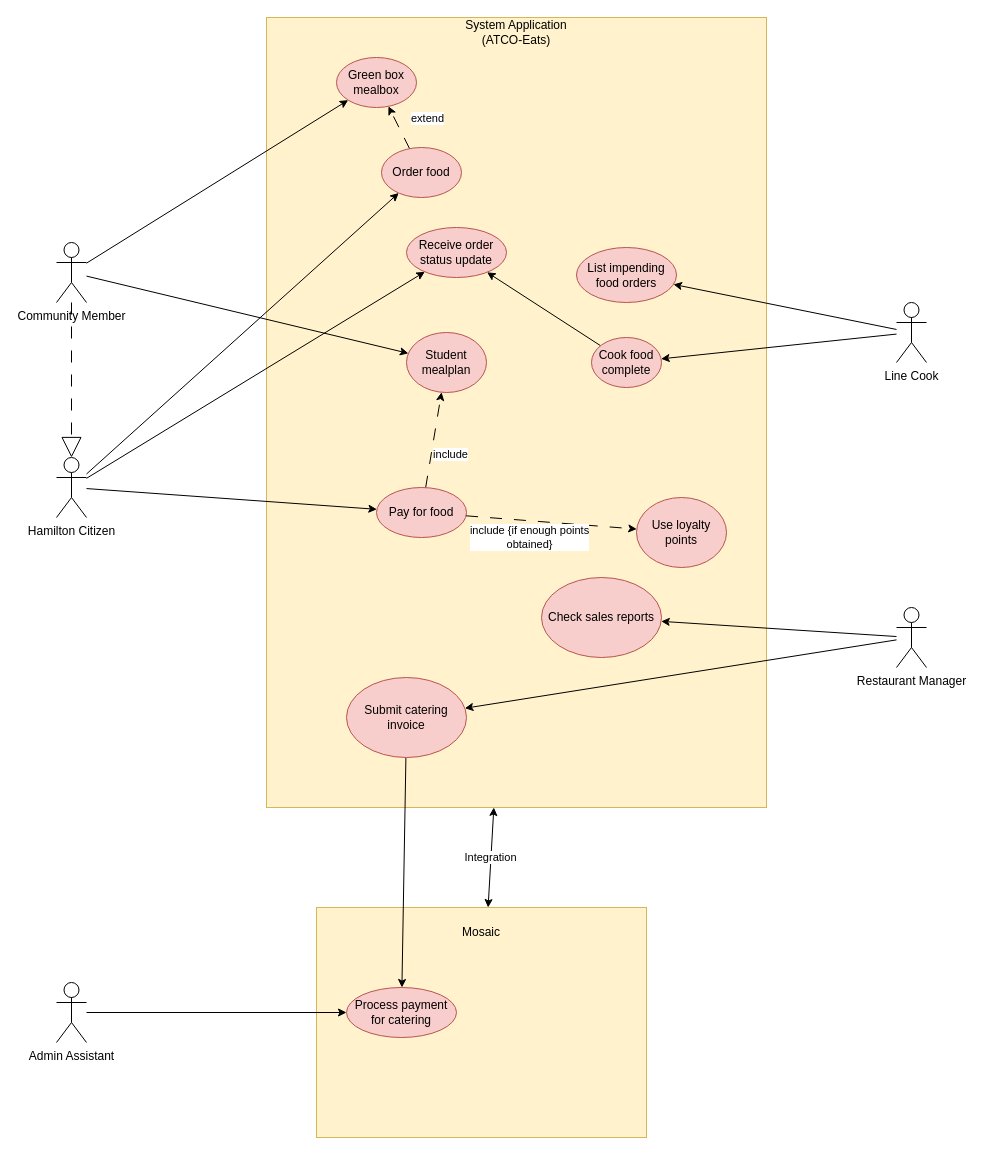
Before: models/use_case_diagram.drawio in ace-lectures/atco-eats, a draw.io diagram. Source tidied: cells renumbered, new cells numbered last; positions are measured from the earlier drawing's top-left corner, leaving out a move shared by most shapes. Both pictures are drawn from the tidied source at 100%, with x=0, y=0 at pixel (56, 17).
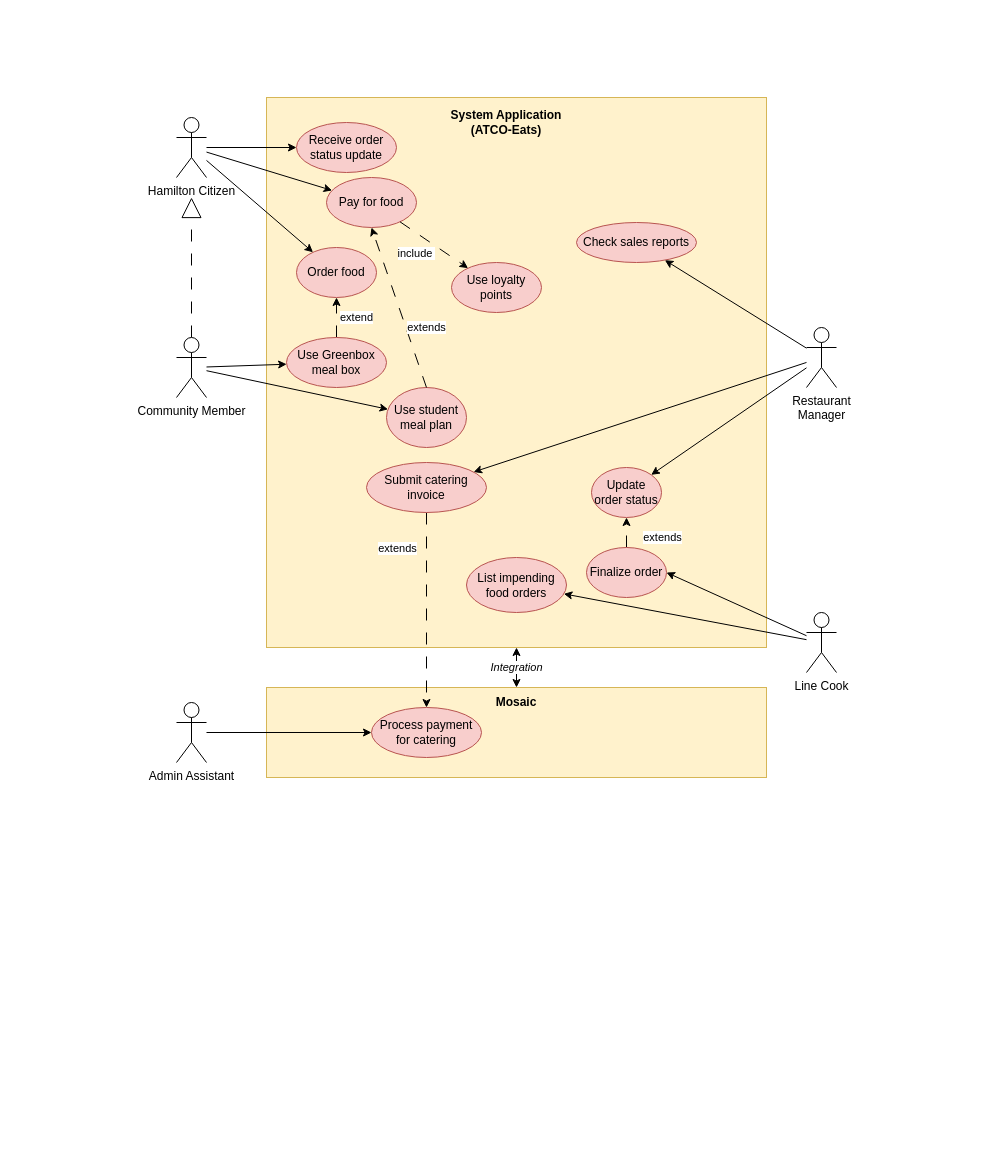
After the change.

The edit, as a diff of the source:
```diff
@@
     <mxCell id="2" style="rounded=0;whiteSpace=wrap;html=1;fillColor=#fff2cc;strokeColor=#d6b656;" parent="1" vertex="1">
-      <mxGeometry x="260" y="890" width="330" height="230" as="geometry" />
+      <mxGeometry x="210" y="670" width="500" height="90" as="geometry" />
     </mxCell>
-    <mxCell id="3" value="Integration" style="edgeStyle=none;rounded=0;jettySize=auto;html=1;startArrow=classic;startFill=1;" parent="1" edge="1" source="4" target="2">
+    <mxCell id="3" value="Integration" style="edgeStyle=none;rounded=0;jettySize=auto;html=1;startArrow=classic;startFill=1;fontStyle=2;" parent="1" edge="1" source="4" target="2">
       <mxGeometry relative="1" as="geometry" />
     </mxCell>
     <mxCell id="4" style="rounded=0;whiteSpace=wrap;html=1;fillColor=#fff2cc;strokeColor=#d6b656;" parent="1" vertex="1">
-      <mxGeometry x="210" width="500" height="790" as="geometry" />
+      <mxGeometry x="210" y="80" width="500" height="550" as="geometry" />
     </mxCell>
@@
     <mxCell id="8" value="Hamilton Citizen" style="shape=umlActor;verticalLabelPosition=bottom;verticalAlign=top;html=1;outlineConnect=0;" parent="1" vertex="1">
-      <mxGeometry y="440" width="30" height="60" as="geometry" />
+      <mxGeometry x="120" y="100" width="30" height="60" as="geometry" />
     </mxCell>
     <mxCell id="9" value="Admin Assistant" style="shape=umlActor;verticalLabelPosition=bottom;verticalAlign=top;html=1;outlineConnect=0;" parent="1" vertex="1">
-      <mxGeometry y="965" width="30" height="60" as="geometry" />
+      <mxGeometry x="120" y="685" width="30" height="60" as="geometry" />
     </mxCell>
@@
-    <mxCell id="12" value="Restaurant Manager" style="shape=umlActor;verticalLabelPosition=bottom;verticalAlign=top;html=1;outlineConnect=0;" parent="1" vertex="1">
-      <mxGeometry x="840" y="590" width="30" height="60" as="geometry" />
+    <mxCell id="12" value="Restaurant&lt;br&gt;Manager" style="shape=umlActor;verticalLabelPosition=bottom;verticalAlign=top;html=1;outlineConnect=0;" parent="1" vertex="1">
+      <mxGeometry x="750" y="310" width="30" height="60" as="geometry" />
     </mxCell>
@@
-    <mxCell id="14" style="edgeStyle=none;rounded=0;jettySize=auto;html=1;" parent="1" edge="1" source="15" target="20">
+    <mxCell id="14" style="edgeStyle=none;rounded=0;jettySize=auto;html=1;entryX=1;entryY=0.5;entryDx=0;entryDy=0;" parent="1" edge="1" source="15" target="40">
       <mxGeometry relative="1" as="geometry" />
     </mxCell>
     <mxCell id="15" value="Line Cook" style="shape=umlActor;verticalLabelPosition=bottom;verticalAlign=top;html=1;outlineConnect=0;" parent="1" vertex="1">
-      <mxGeometry x="840" y="285" width="30" height="60" as="geometry" />
+      <mxGeometry x="750" y="595" width="30" height="60" as="geometry" />
     </mxCell>
-    <mxCell id="16" value="extend" style="edgeStyle=none;rounded=0;jettySize=auto;html=1;dashed=1;dashPattern=12 12;" parent="1" edge="1" source="17" target="34">
-      <mxGeometry x="-0.2" y="-30" relative="1" as="geometry" />
+    <mxCell id="16" value="extend" style="edgeStyle=none;rounded=0;jettySize=auto;html=1;dashed=1;dashPattern=12 12;exitX=0.5;exitY=0;exitDx=0;exitDy=0;entryX=0.5;entryY=1;entryDx=0;entryDy=0;" parent="1" edge="1" source="34" target="17">
+      <mxGeometry y="-20" relative="1" as="geometry" />
     </mxCell>
     <mxCell id="17" value="Order food" style="ellipse;whiteSpace=wrap;html=1;fillColor=#f8cecc;strokeColor=#b85450;" parent="1" vertex="1">
-      <mxGeometry x="325" y="130" width="80" height="50" as="geometry" />
+      <mxGeometry x="240" y="230" width="80" height="50" as="geometry" />
     </mxCell>
     <mxCell id="18" value="List impending food orders" style="ellipse;whiteSpace=wrap;html=1;fillColor=#f8cecc;strokeColor=#b85450;" parent="1" vertex="1">
-      <mxGeometry x="520" y="230" width="100" height="55" as="geometry" />
+      <mxGeometry x="410" y="540" width="100" height="55" as="geometry" />
     </mxCell>
-    <mxCell id="19" style="edgeStyle=none;rounded=0;jettySize=auto;html=1;" parent="1" edge="1" source="20" target="21">
-      <mxGeometry relative="1" as="geometry" />
-    </mxCell>
-    <mxCell id="20" value="Cook food complete" style="ellipse;whiteSpace=wrap;html=1;fillColor=#f8cecc;strokeColor=#b85450;" parent="1" vertex="1">
-      <mxGeometry x="535" y="320" width="70" height="50" as="geometry" />
+    <mxCell id="20" value="Update order status" style="ellipse;whiteSpace=wrap;html=1;fillColor=#f8cecc;strokeColor=#b85450;" parent="1" vertex="1">
+      <mxGeometry x="535" y="450" width="70" height="50" as="geometry" />
     </mxCell>
     <mxCell id="21" value="Receive order status update" style="ellipse;whiteSpace=wrap;html=1;fillColor=#f8cecc;strokeColor=#b85450;" parent="1" vertex="1">
-      <mxGeometry x="350" y="210" width="100" height="50" as="geometry" />
+      <mxGeometry x="240" y="105" width="100" height="50" as="geometry" />
     </mxCell>
@@
-    <mxCell id="24" style="edgeStyle=none;rounded=0;jettySize=auto;html=1;endArrow=block;endFill=0;dashed=1;dashPattern=12 12;startSize=6;endSize=18;" parent="1" edge="1" source="25" target="8">
-      <mxGeometry relative="1" as="geometry" />
+    <mxCell id="24" style="edgeStyle=none;rounded=0;jettySize=auto;html=1;endArrow=block;endFill=0;dashed=1;dashPattern=12 12;startSize=6;endSize=18;" parent="1" edge="1" source="25">
+      <mxGeometry relative="1" as="geometry">
+        <mxPoint x="135" y="180" as="targetPoint" />
+      </mxGeometry>
     </mxCell>
     <mxCell id="25" value="Community Member" style="shape=umlActor;verticalLabelPosition=bottom;verticalAlign=top;html=1;outlineConnect=0;" parent="1" vertex="1">
-      <mxGeometry y="225" width="30" height="60" as="geometry" />
+      <mxGeometry x="120" y="320" width="30" height="60" as="geometry" />
     </mxCell>
-    <mxCell id="26" style="rounded=0;jettySize=auto;html=1;dashed=1;dashPattern=12 12;" parent="1" edge="1" source="28" target="33">
+    <mxCell id="26" style="rounded=0;jettySize=auto;html=1;dashed=1;dashPattern=12 12;exitX=0.5;exitY=0;exitDx=0;exitDy=0;entryX=0.5;entryY=1;entryDx=0;entryDy=0;" parent="1" edge="1" source="40" target="20">
       <mxGeometry relative="1" as="geometry" />
     </mxCell>
-    <mxCell id="27" value="include" style="edgeLabel;html=1;align=center;verticalAlign=middle;" parent="26" vertex="1">
+    <mxCell id="27" value="extends" style="edgeLabel;html=1;align=center;verticalAlign=middle;" parent="26" vertex="1">
       <mxGeometry x="-0.29" y="1" relative="1" as="geometry">
-        <mxPoint x="20" as="offset" />
+        <mxPoint x="36" as="offset" />
       </mxGeometry>
     </mxCell>
     <mxCell id="28" value="Pay for food" style="ellipse;whiteSpace=wrap;html=1;fillColor=#f8cecc;strokeColor=#b85450;" parent="1" vertex="1">
-      <mxGeometry x="320" y="470" width="90" height="50" as="geometry" />
+      <mxGeometry x="270" y="160" width="90" height="50" as="geometry" />
     </mxCell>
-    <mxCell id="29" value="include {if enough points&lt;br&gt;obtained}" style="edgeStyle=none;rounded=0;jettySize=auto;html=1;dashed=1;dashPattern=12 12;" parent="1" edge="1" source="28" target="30">
+    <mxCell id="29" value="include&amp;nbsp;" style="edgeStyle=none;rounded=0;jettySize=auto;html=1;dashed=1;dashPattern=12 12;" parent="1" edge="1" source="28" target="30">
       <mxGeometry x="-0.24" y="-17" relative="1" as="geometry" />
     </mxCell>
     <mxCell id="30" value="Use loyalty points" style="ellipse;whiteSpace=wrap;html=1;fillColor=#f8cecc;strokeColor=#b85450;" parent="1" vertex="1">
-      <mxGeometry x="580" y="480" width="90" height="70" as="geometry" />
+      <mxGeometry x="395" y="245" width="90" height="50" as="geometry" />
     </mxCell>
     <mxCell id="31" value="Check sales reports" style="ellipse;whiteSpace=wrap;html=1;fillColor=#f8cecc;strokeColor=#b85450;" parent="1" vertex="1">
-      <mxGeometry x="485" y="560" width="120" height="80" as="geometry" />
+      <mxGeometry x="520" y="205" width="120" height="40" as="geometry" />
     </mxCell>
-    <mxCell id="32" value="System Application (ATCO-Eats)" style="text;html=1;strokeColor=none;fillColor=none;align=center;verticalAlign=middle;whiteSpace=wrap;rounded=0;" parent="1" vertex="1">
-      <mxGeometry x="400" width="120" height="30" as="geometry" />
+    <mxCell id="32" value="System Application (ATCO-Eats)" style="text;html=1;strokeColor=none;fillColor=none;align=center;verticalAlign=middle;whiteSpace=wrap;rounded=0;fontStyle=1;" parent="1" vertex="1">
+      <mxGeometry x="390" y="90" width="120" height="30" as="geometry" />
     </mxCell>
-    <mxCell id="33" value="Student mealplan" style="ellipse;whiteSpace=wrap;html=1;fillColor=#f8cecc;strokeColor=#b85450;" parent="1" vertex="1">
-      <mxGeometry x="350" y="315" width="80" height="60" as="geometry" />
+    <mxCell id="33" value="Use student meal plan" style="ellipse;whiteSpace=wrap;html=1;fillColor=#f8cecc;strokeColor=#b85450;" parent="1" vertex="1">
+      <mxGeometry x="330" y="370" width="80" height="60" as="geometry" />
     </mxCell>
-    <mxCell id="34" value="Green box mealbox" style="ellipse;whiteSpace=wrap;html=1;fillColor=#f8cecc;strokeColor=#b85450;" parent="1" vertex="1">
-      <mxGeometry x="280" y="40" width="80" height="50" as="geometry" />
+    <mxCell id="34" value="Use Greenbox meal box" style="ellipse;whiteSpace=wrap;html=1;fillColor=#f8cecc;strokeColor=#b85450;" parent="1" vertex="1">
+      <mxGeometry x="230" y="320" width="100" height="50" as="geometry" />
     </mxCell>
-    <mxCell id="35" style="edgeStyle=none;rounded=0;jettySize=auto;html=1;" parent="1" edge="1" source="36" target="38">
+    <mxCell id="35" style="edgeStyle=none;rounded=0;jettySize=auto;html=1;dashed=1;dashPattern=12 12;" parent="1" edge="1" source="36" target="38">
       <mxGeometry relative="1" as="geometry" />
     </mxCell>
     <mxCell id="36" value="Submit catering invoice" style="ellipse;whiteSpace=wrap;html=1;fillColor=#f8cecc;strokeColor=#b85450;" parent="1" vertex="1">
-      <mxGeometry x="290" y="660" width="120" height="80" as="geometry" />
+      <mxGeometry x="310" y="445" width="120" height="50" as="geometry" />
     </mxCell>
-    <mxCell id="37" value="Mosaic" style="text;html=1;strokeColor=none;fillColor=none;align=center;verticalAlign=middle;whiteSpace=wrap;rounded=0;" parent="1" vertex="1">
-      <mxGeometry x="365" y="900" width="120" height="30" as="geometry" />
+    <mxCell id="37" value="Mosaic" style="text;html=1;strokeColor=none;fillColor=none;align=center;verticalAlign=middle;whiteSpace=wrap;rounded=0;fontStyle=1;" parent="1" vertex="1">
+      <mxGeometry x="400" y="670" width="120" height="30" as="geometry" />
     </mxCell>
     <mxCell id="38" value="Process payment for catering" style="ellipse;whiteSpace=wrap;html=1;fillColor=#f8cecc;strokeColor=#b85450;" parent="1" vertex="1">
-      <mxGeometry x="290" y="970" width="110" height="50" as="geometry" />
+      <mxGeometry x="315" y="690" width="110" height="50" as="geometry" />
     </mxCell>
@@
+    <mxCell id="40" value="Finalize order" style="ellipse;whiteSpace=wrap;html=1;fillColor=#f8cecc;strokeColor=#b85450;" parent="1" vertex="1">
+      <mxGeometry x="530" y="530" width="80" height="50" as="geometry" />
+    </mxCell>
+    <mxCell id="41" style="rounded=0;jettySize=auto;html=1;dashed=1;dashPattern=12 12;exitX=0.5;exitY=0;exitDx=0;exitDy=0;entryX=0.5;entryY=1;entryDx=0;entryDy=0;" parent="1" edge="1" source="33" target="28">
+      <mxGeometry relative="1" as="geometry" />
+    </mxCell>
+    <mxCell id="42" value="extends" style="edgeLabel;html=1;align=center;verticalAlign=middle;" parent="41" vertex="1">
+      <mxGeometry x="-0.29" y="1" relative="1" as="geometry">
+        <mxPoint x="20" y="-4" as="offset" />
+      </mxGeometry>
+    </mxCell>
+    <mxCell id="43" style="edgeStyle=none;rounded=0;jettySize=auto;html=1;entryX=1;entryY=0;entryDx=0;entryDy=0;" parent="1" edge="1" source="12" target="20">
+      <mxGeometry relative="1" as="geometry" />
+    </mxCell>
+    <mxCell id="44" value="extends" style="edgeLabel;html=1;align=center;verticalAlign=middle;" parent="1" vertex="1">
+      <mxGeometry x="340" y="530" as="geometry" />
+    </mxCell>
```
